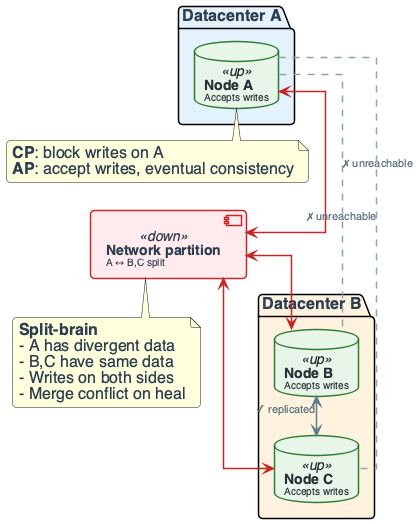
OrPerets/data-engineering-course keeps this PlantUML diagram as diagrams/week02/week2_lecture_slide45_failure_partition.png. Above is the earlier version. The source it was exported from:
```plantuml
@startuml

top to bottom direction
skinparam linetype ortho
skinparam shadowing false
skinparam roundcorner 8
skinparam handwritten false
skinparam nodesep 24
skinparam ranksep 28

skinparam defaultFontName "Segoe UI, Helvetica, sans-serif"
skinparam defaultFontSize 16
skinparam defaultFontColor #2C3E50

skinparam rectangle {
    BackgroundColor #F8F9FA
    BorderColor #90A4AE
    BorderThickness 2
    FontColor #263238
    FontSize 14
    FontStyle bold
    Padding 20
}

skinparam component {
    BackgroundColor #FFFFFF
    BorderColor #78909C
    BorderThickness 1.5
    FontSize 14
    Padding 12
}

skinparam database {
    BackgroundColor #ECEFF1
    BorderColor #546E7A
    BorderThickness 1.5
    FontSize 14
    FontColor #263238
}

skinparam arrow {
    Color #607D8B
    Thickness 1.5
    FontSize 11
    FontColor #546E7A
}

skinparam component<<UI>> {
    BorderColor #8E24AA
    BackgroundColor #F3E5F5
    FontColor #4A148C
}

skinparam component<<Agent>> {
    BorderColor #0288D1
    BackgroundColor #E1F5FE
    FontColor #01579B
}

skinparam component<<Tool>> {
    BorderColor #2E7D32
    BackgroundColor #E8F5E9
    FontColor #1B5E20
}

skinparam component<<Config>> {
    BorderColor #F57C00
    BackgroundColor #FFF3E0
    FontColor #E65100
}

skinparam component<<Bad>> {
    BorderColor #C62828
    BackgroundColor #FFEBEE
    FontColor #B71C1C
}

skinparam component<<V1>> {
    BorderColor #F57C00
    BackgroundColor #FFF3E0
    FontColor #E65100
}

skinparam component<<V2>> {
    BorderColor #2E7D32
    BackgroundColor #E8F5E9
    FontColor #1B5E20
}

skinparam component<<up>> {
    BackgroundColor #E8F5E9
    BorderColor #2E7D32
}

skinparam component<<down>> {
    BackgroundColor #FFEBEE
    BorderColor #C62828
}

skinparam database<<up>> {
    BackgroundColor #E8F5E9
    BorderColor #2E7D32
}

skinparam database<<down>> {
    BackgroundColor #FFEBEE
    BorderColor #C62828
}

skinparam component<<success>> {
    BackgroundColor #E8F5E9
    BorderColor #2E7D32
}

skinparam component<<failure>> {
    BackgroundColor #FFEBEE
    BorderColor #C62828
}


package "**Datacenter A**" #E3F2FD {
    database "**Node A**\n<size:10>Accepts writes</size>" as NA <<up>>
}

package "**Datacenter B**" #FFF3E0 {
    database "**Node B**\n<size:10>Accepts writes</size>" as NB <<up>>
    database "**Node C**\n<size:10>Accepts writes</size>" as NC <<up>>
}

component "**Network partition**\n<size:10>A ↔ B,C split</size>" as PART <<down>>

NA <-[#C62828]-> PART
PART <-[#C62828]-> NB
PART <-[#C62828]-> NC

NA ..[#90A4AE].. NB : "✗ unreachable"
NA ..[#90A4AE].. NC : "✗ unreachable"
NB <--> NC : "✓ replicated"

note bottom of PART
  **Split-brain**
  - A has divergent data
  - B,C have same data
  - Writes on both sides
  - Merge conflict on heal
end note

note bottom of NA
  **CP**: block writes on A
  **AP**: accept writes, eventual consistency
end note

@enduml
```
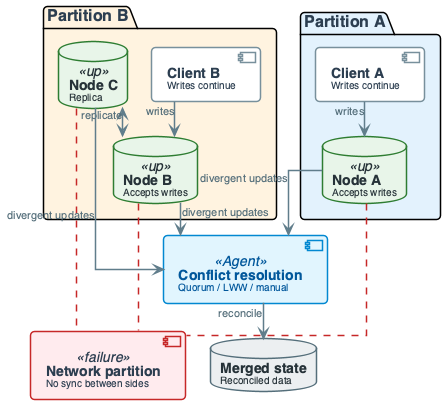
Above is the later version.

Change to the diagram source:
```diff
@@ -118,36 +118,33 @@
 }
 
 
-package "**Datacenter A**" #E3F2FD {
+package "**Partition A**" #E3F2FD {
+    component "**Client A**\n<size:10>Writes continue</size>" as CA
     database "**Node A**\n<size:10>Accepts writes</size>" as NA <<up>>
 }
 
-package "**Datacenter B**" #FFF3E0 {
+package "**Partition B**" #FFF3E0 {
+    component "**Client B**\n<size:10>Writes continue</size>" as CB
     database "**Node B**\n<size:10>Accepts writes</size>" as NB <<up>>
-    database "**Node C**\n<size:10>Accepts writes</size>" as NC <<up>>
+    database "**Node C**\n<size:10>Replica</size>" as NC <<up>>
+    NB -[hidden]left- NC
 }
 
-component "**Network partition**\n<size:10>A ↔ B,C split</size>" as PART <<down>>
+component "**Network partition**\n<size:10>No sync between sides</size>" as PART <<failure>>
+component "**Conflict resolution**\n<size:10>Quorum / LWW / manual</size>" as RESOLVE <<Agent>>
+database "**Merged state**\n<size:10>Reconciled data</size>" as MERGED
 
-NA <-[#C62828]-> PART
-PART <-[#C62828]-> NB
-PART <-[#C62828]-> NC
+CA --> NA : "writes"
+CB --> NB : "writes"
+NB <--> NC : "replicate"
 
-NA ..[#90A4AE].. NB : "✗ unreachable"
-NA ..[#90A4AE].. NC : "✗ unreachable"
-NB <--> NC : "✓ replicated"
+NA -[#C62828].. PART
+NB -[#C62828].. PART
+NC -[#C62828].. PART
 
-note bottom of PART
-  **Split-brain**
-  - A has divergent data
-  - B,C have same data
-  - Writes on both sides
-  - Merge conflict on heal
-end note
-
-note bottom of NA
-  **CP**: block writes on A
-  **AP**: accept writes, eventual consistency
-end note
+NA --> RESOLVE : "divergent updates"
+NB --> RESOLVE : "divergent updates"
+NC --> RESOLVE : "divergent updates"
+RESOLVE --> MERGED : "reconcile"
 
 @enduml
```
